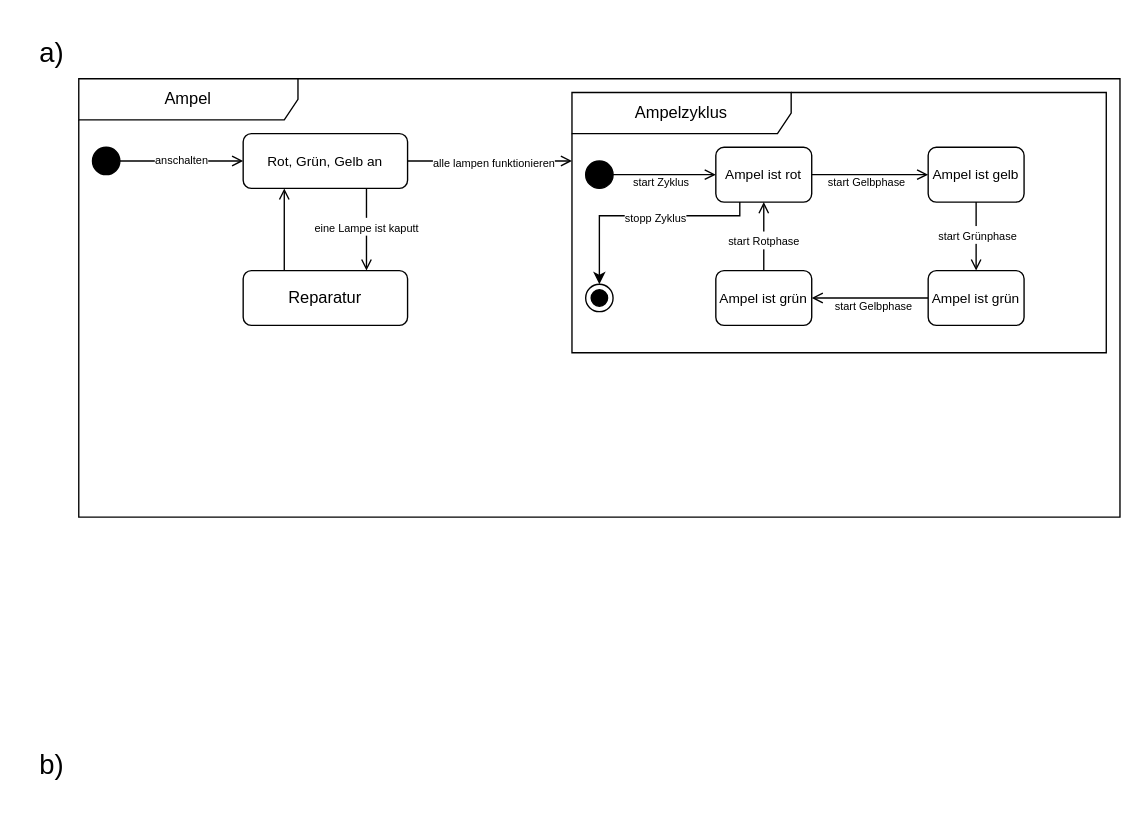
Before: 10-13 Sequenzdiagramm und Zustandsdiagramm/Aufgabe11/Aufgabe11.drawio in R4Tobi/modellierung, a draw.io diagram. Source tidied: cells renumbered, new cells numbered last; positions are measured from the earlier drawing's top-left corner, leaving out a move shared by most shapes. Both pictures are drawn from the tidied source at 137%, with x=0, y=0 at pixel (23, 23).
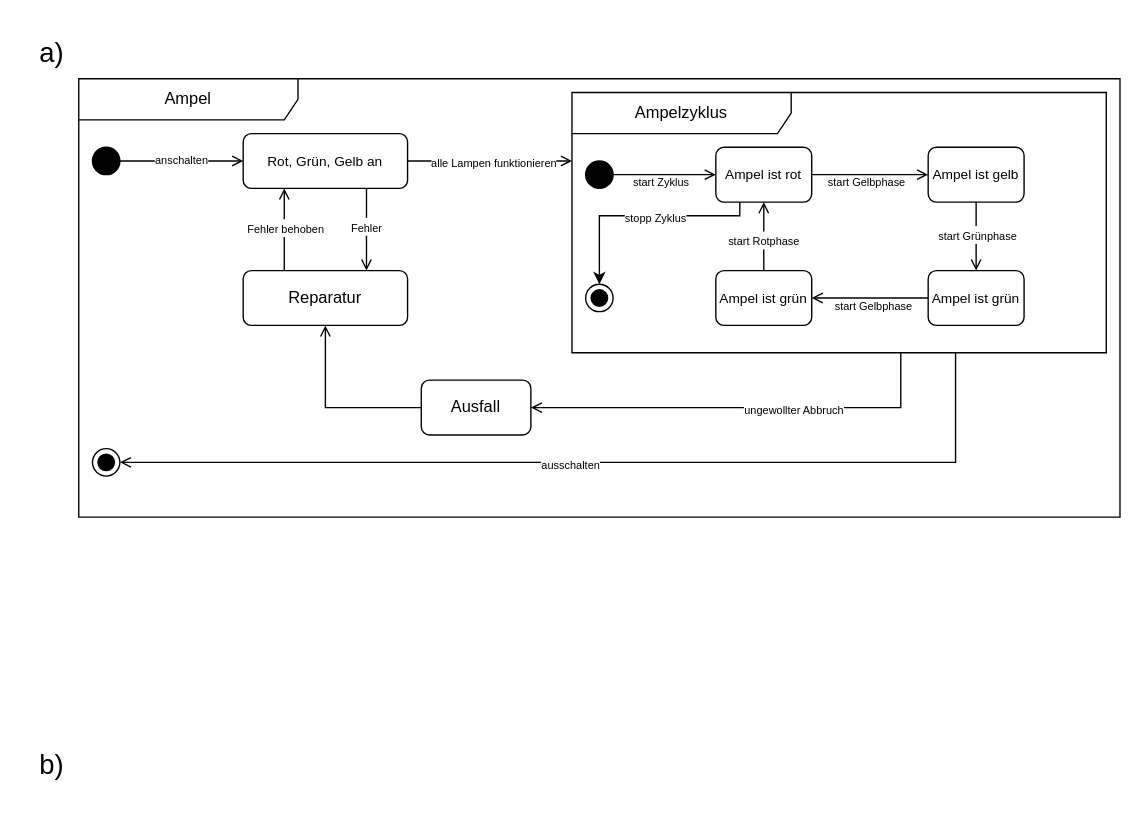
The same diagram, later.

Unchanged cells that the change refers to:
```xml
<mxCell id="4" value="Ampel" style="shape=umlFrame;whiteSpace=wrap;html=1;width=160;" parent="1" vertex="1">
  <mxGeometry x="40" y="40" width="760" height="320" as="geometry" />
</mxCell>
<mxCell id="8" style="edgeStyle=orthogonalEdgeStyle;rounded=0;jettySize=auto;html=1;exitX=0.75;exitY=1;exitDx=0;exitDy=0;entryX=0.75;entryY=0;entryDx=0;entryDy=0;endArrow=open;endFill=0;" parent="4" edge="1" source="12" target="14">
  <mxGeometry relative="1" as="geometry" />
</mxCell>
<mxCell id="10" style="edgeStyle=orthogonalEdgeStyle;rounded=0;jettySize=auto;html=1;entryX=0;entryY=0.5;entryDx=0;entryDy=0;endArrow=open;endFill=0;" parent="4" edge="1" source="12">
  <mxGeometry relative="1" as="geometry">
    <mxPoint x="360" y="60" as="targetPoint" />
  </mxGeometry>
</mxCell>
<mxCell id="13" style="edgeStyle=orthogonalEdgeStyle;rounded=0;jettySize=auto;html=1;exitX=0.25;exitY=0;exitDx=0;exitDy=0;entryX=0.25;entryY=1;entryDx=0;entryDy=0;endArrow=open;endFill=0;" parent="4" edge="1" source="14" target="12">
  <mxGeometry relative="1" as="geometry" />
</mxCell>
<mxCell id="14" value="Reparatur" style="rounded=1;whiteSpace=wrap;html=1;" parent="4" vertex="1">
  <mxGeometry x="120" y="140" width="120" height="40" as="geometry" />
</mxCell>
<mxCell id="15" value="Ampelzyklus" style="shape=umlFrame;whiteSpace=wrap;html=1;width=160;" parent="4" vertex="1">
  <mxGeometry x="360" y="10" width="390" height="190" as="geometry" />
</mxCell>
```

Change to the diagram source:
```diff
@@
-    <mxCell id="9" value="&lt;font style=&quot;font-size: 8px;&quot;&gt;eine Lampe ist kaputt&lt;/font&gt;" style="edgeLabel;html=1;align=center;verticalAlign=middle;" parent="8" vertex="1">
+    <mxCell id="9" value="&lt;font style=&quot;font-size: 8px;&quot;&gt;Fehler&lt;/font&gt;" style="edgeLabel;html=1;align=center;verticalAlign=middle;" parent="8" vertex="1">
       <mxGeometry x="-0.11" y="-1" relative="1" as="geometry" />
     </mxCell>
@@
-    <mxCell id="11" value="&lt;font style=&quot;font-size: 8px;&quot;&gt;alle lampen funktionieren&lt;/font&gt;" style="edgeLabel;html=1;align=center;verticalAlign=middle;" parent="10" vertex="1">
+    <mxCell id="11" value="&lt;font style=&quot;font-size: 8px;&quot;&gt;alle Lampen funktionieren&lt;/font&gt;" style="edgeLabel;html=1;align=center;verticalAlign=middle;" parent="10" vertex="1">
       <mxGeometry x="-0.01" y="2" relative="1" as="geometry" />
     </mxCell>
@@
+    <mxCell id="34" value="&lt;font style=&quot;font-size: 8px;&quot;&gt;Fehler behoben&lt;/font&gt;" style="edgeLabel;html=1;align=center;verticalAlign=middle;" parent="13" vertex="1">
+      <mxGeometry x="0.07" relative="1" as="geometry" />
+    </mxCell>
@@
+    <mxCell id="35" style="edgeStyle=orthogonalEdgeStyle;rounded=0;jettySize=auto;html=1;entryX=1;entryY=0.5;entryDx=0;entryDy=0;endArrow=open;endFill=0;" parent="4" edge="1" source="15" target="39">
+      <mxGeometry relative="1" as="geometry">
+        <Array as="points">
+          <mxPoint x="640" y="280" />
+          <mxPoint x="30" y="280" />
+        </Array>
+      </mxGeometry>
+    </mxCell>
+    <mxCell id="36" value="&lt;font style=&quot;font-size: 8px;&quot;&gt;ausschalten&lt;/font&gt;" style="edgeLabel;html=1;align=center;verticalAlign=middle;" parent="35" vertex="1">
+      <mxGeometry x="0.05" relative="1" as="geometry" />
+    </mxCell>
+    <mxCell id="37" style="edgeStyle=orthogonalEdgeStyle;rounded=0;jettySize=auto;html=1;entryX=1;entryY=0.5;entryDx=0;entryDy=0;endArrow=open;endFill=0;" parent="4" edge="1" source="15" target="41">
+      <mxGeometry relative="1" as="geometry">
+        <Array as="points">
+          <mxPoint x="600" y="240" />
+        </Array>
+      </mxGeometry>
+    </mxCell>
+    <mxCell id="38" value="&lt;font style=&quot;font-size: 8px;&quot;&gt;ungewollter Abbruch&lt;/font&gt;" style="edgeLabel;html=1;align=center;verticalAlign=middle;" parent="37" vertex="1">
+      <mxGeometry x="-0.44" y="-2" relative="1" as="geometry">
+        <mxPoint x="-32" y="2" as="offset" />
+      </mxGeometry>
+    </mxCell>
@@
+    <mxCell id="39" style="ellipse;html=1;shape=endState;fillColor=strokeColor;" parent="4" vertex="1">
+      <mxGeometry x="10" y="270" width="20" height="20" as="geometry" />
+    </mxCell>
+    <mxCell id="40" style="edgeStyle=orthogonalEdgeStyle;rounded=0;jettySize=auto;html=1;entryX=0.5;entryY=1;entryDx=0;entryDy=0;endArrow=open;endFill=0;" parent="4" edge="1" source="41" target="14">
+      <mxGeometry relative="1" as="geometry" />
+    </mxCell>
+    <mxCell id="41" value="Ausfall" style="rounded=1;whiteSpace=wrap;html=1;" parent="4" vertex="1">
+      <mxGeometry x="250" y="220" width="80" height="40" as="geometry" />
+    </mxCell>
```
